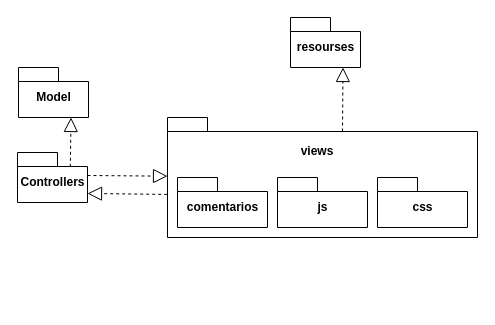
The draw.io diagram DOCUMENTACION/diagramas/diagramaPaquetes.drawio in cresb-49/PRACTICA-1-TEO1, before the edit. Source tidied: cells renumbered, new cells numbered last; positions are measured from the earlier drawing's top-left corner, leaving out a move shared by most shapes. Both pictures are drawn from the tidied source at 100%, with x=0, y=0 at pixel (17, 17).
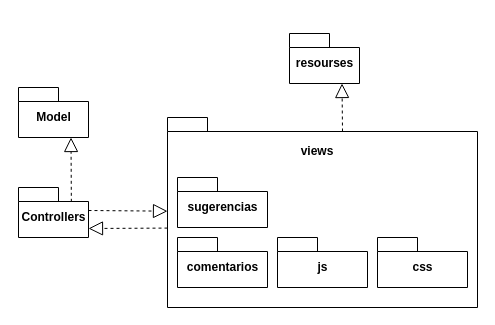
The same diagram, later.

Commit message (it also covers changes not shown here):
segmentacion de las respuestas de sugerencias

Diff of the diagram source:
```diff
@@
 <mxGraphModel>
   <root>
     <mxCell id="0" />
     <mxCell id="1" parent="0" />
     <mxCell id="2" value="Controllers" style="shape=folder;fontStyle=1;spacingTop=10;tabWidth=40;tabHeight=14;tabPosition=left;html=1;" parent="1" vertex="1">
-      <mxGeometry y="135" width="70" height="50" as="geometry" />
+      <mxGeometry x="1" y="170" width="70" height="50" as="geometry" />
     </mxCell>
     <mxCell id="3" value="resourses" style="shape=folder;fontStyle=1;spacingTop=10;tabWidth=40;tabHeight=14;tabPosition=left;html=1;" parent="1" vertex="1">
-      <mxGeometry x="273" width="70" height="50" as="geometry" />
+      <mxGeometry x="272" y="16" width="70" height="50" as="geometry" />
     </mxCell>
     <mxCell id="4" style="shape=folder;fontStyle=1;spacingTop=10;tabWidth=40;tabHeight=14;tabPosition=left;html=1;" parent="1" vertex="1">
-      <mxGeometry x="150" y="100" width="310" height="120" as="geometry" />
+      <mxGeometry x="150" y="100" width="310" height="190" as="geometry" />
     </mxCell>
-    <mxCell id="5" value="comentarios" style="shape=folder;fontStyle=1;spacingTop=10;tabWidth=40;tabHeight=14;tabPosition=left;html=1;" parent="1" vertex="1">
+    <mxCell id="5" value="sugerencias" style="shape=folder;fontStyle=1;spacingTop=10;tabWidth=40;tabHeight=14;tabPosition=left;html=1;" parent="1" vertex="1">
       <mxGeometry x="160" y="160" width="90" height="50" as="geometry" />
     </mxCell>
     <mxCell id="6" value="js" style="shape=folder;fontStyle=1;spacingTop=10;tabWidth=40;tabHeight=14;tabPosition=left;html=1;" parent="1" vertex="1">
-      <mxGeometry x="260" y="160" width="90" height="50" as="geometry" />
+      <mxGeometry x="260" y="220" width="90" height="50" as="geometry" />
     </mxCell>
     <mxCell id="7" value="views" style="text;align=center;fontStyle=1;verticalAlign=middle;spacingLeft=3;spacingRight=3;strokeColor=none;" parent="1" vertex="1">
       <mxGeometry x="260" y="120" width="80" height="26" as="geometry" />
     </mxCell>
     <mxCell id="8" value="css" style="shape=folder;fontStyle=1;spacingTop=10;tabWidth=40;tabHeight=14;tabPosition=left;html=1;" parent="1" vertex="1">
-      <mxGeometry x="360" y="160" width="90" height="50" as="geometry" />
+      <mxGeometry x="360" y="220" width="90" height="50" as="geometry" />
     </mxCell>
     <mxCell id="9" value="Model" style="shape=folder;fontStyle=1;spacingTop=10;tabWidth=40;tabHeight=14;tabPosition=left;html=1;" parent="1" vertex="1">
-      <mxGeometry x="1" y="50" width="70" height="50" as="geometry" />
+      <mxGeometry x="1" y="70" width="70" height="50" as="geometry" />
     </mxCell>
     <mxCell id="10" style="endArrow=block;dashed=1;endFill=0;endSize=12;html=1;entryX=0.75;entryY=1;entryDx=0;entryDy=0;entryPerimeter=0;exitX=0;exitY=0;exitDx=175;exitDy=14;exitPerimeter=0;" parent="1" edge="1" source="4" target="3">
       <mxGeometry relative="1" as="geometry" />
     </mxCell>
     <mxCell id="11" style="endArrow=block;dashed=1;endFill=0;endSize=12;html=1;exitX=0;exitY=0;exitDx=70;exitDy=23;exitPerimeter=0;" parent="1" edge="1" source="2" target="4">
       <mxGeometry relative="1" as="geometry" />
     </mxCell>
-    <mxCell id="12" style="endArrow=block;dashed=1;endFill=0;endSize=12;html=1;entryX=0;entryY=0;entryDx=70;entryDy=41;entryPerimeter=0;exitX=-0.001;exitY=0.641;exitDx=0;exitDy=0;exitPerimeter=0;" parent="1" edge="1" source="4" target="2">
+    <mxCell id="12" style="endArrow=block;dashed=1;endFill=0;endSize=12;html=1;entryX=0;entryY=0;entryDx=70;entryDy=41;entryPerimeter=0;exitX=0;exitY=0.582;exitDx=0;exitDy=0;exitPerimeter=0;" parent="1" edge="1" source="4" target="2">
       <mxGeometry relative="1" as="geometry" />
     </mxCell>
     <mxCell id="13" style="endArrow=block;dashed=1;endFill=0;endSize=12;html=1;exitX=0.755;exitY=0.286;exitDx=0;exitDy=0;exitPerimeter=0;entryX=0.75;entryY=1;entryDx=0;entryDy=0;entryPerimeter=0;" parent="1" edge="1" source="2" target="9">
       <mxGeometry relative="1" as="geometry" />
     </mxCell>
+    <mxCell id="14" value="comentarios" style="shape=folder;fontStyle=1;spacingTop=10;tabWidth=40;tabHeight=14;tabPosition=left;html=1;" parent="1" vertex="1">
+      <mxGeometry x="160" y="220" width="90" height="50" as="geometry" />
+    </mxCell>
   </root>
 </mxGraphModel>
```
